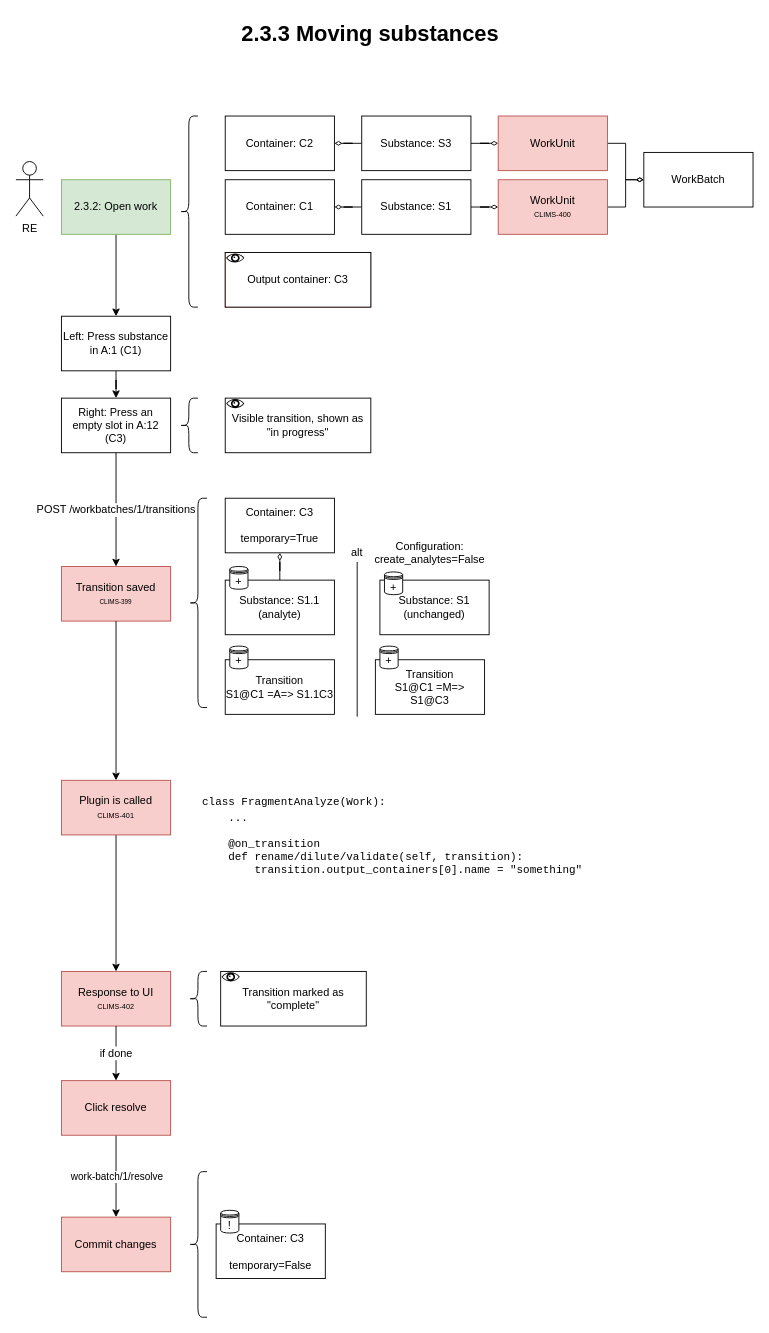
This is diagrams/2.3.3-move-substances.drawio from commonlims/commonlims-design, a draw.io file, before an edit. Source tidied: cells renumbered, new cells numbered last; positions are measured from the earlier drawing's top-left corner, leaving out a move shared by most shapes. Both pictures are drawn from the tidied source at 91%, with x=0, y=0 at pixel (15, 15).
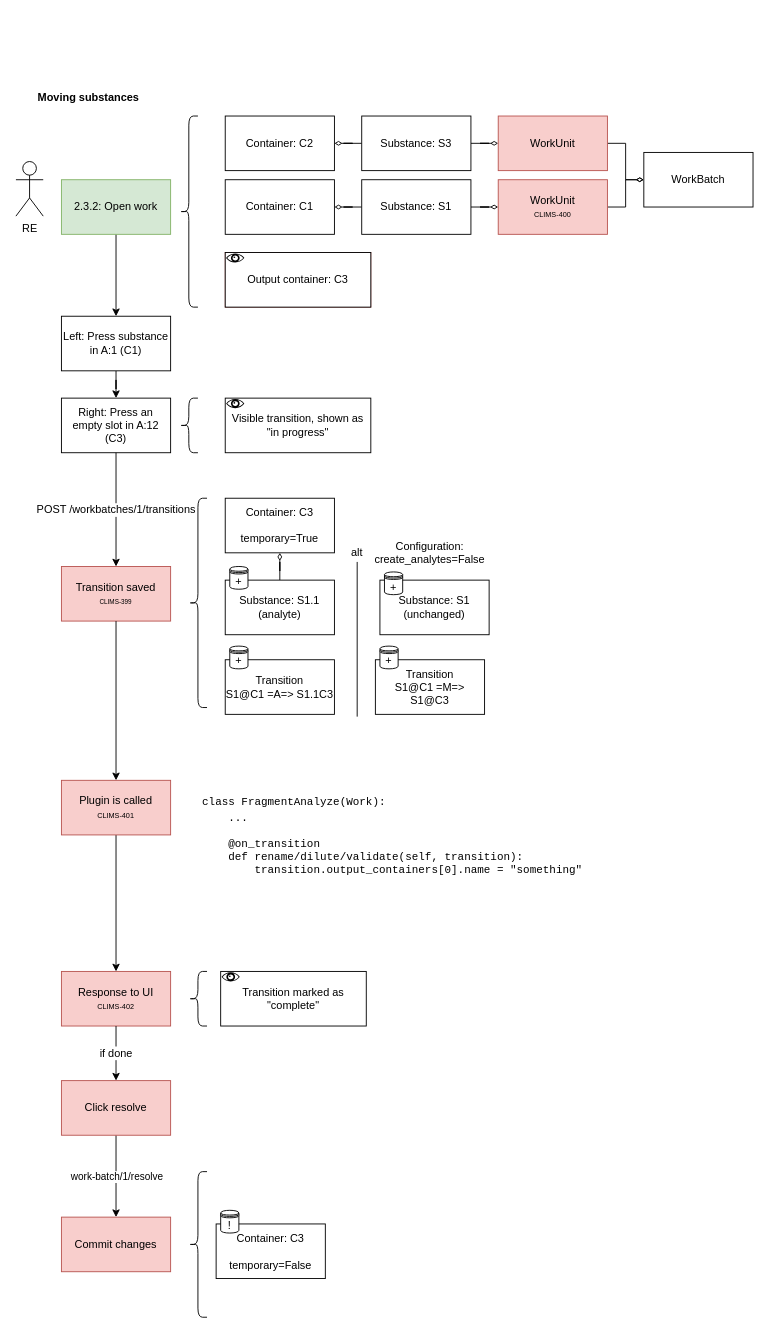
The same diagram, later.

Diff of the diagram source:
```diff
@@
-    <mxCell id="59" value="2.3.3 Moving substances" style="text;strokeColor=none;fillColor=none;html=1;fontSize=24;fontStyle=1;verticalAlign=middle;align=center;" parent="1" vertex="1">
-      <mxGeometry x="8.5" width="760" height="40" as="geometry" />
-    </mxCell>
@@
+    <mxCell id="67" value="Moving substances" style="text;html=1;strokeColor=none;fillColor=none;align=center;verticalAlign=middle;whiteSpace=wrap;rounded=0;fontStyle=1;" parent="1" vertex="1">
+      <mxGeometry y="80" width="160" height="20" as="geometry" />
+    </mxCell>
```
